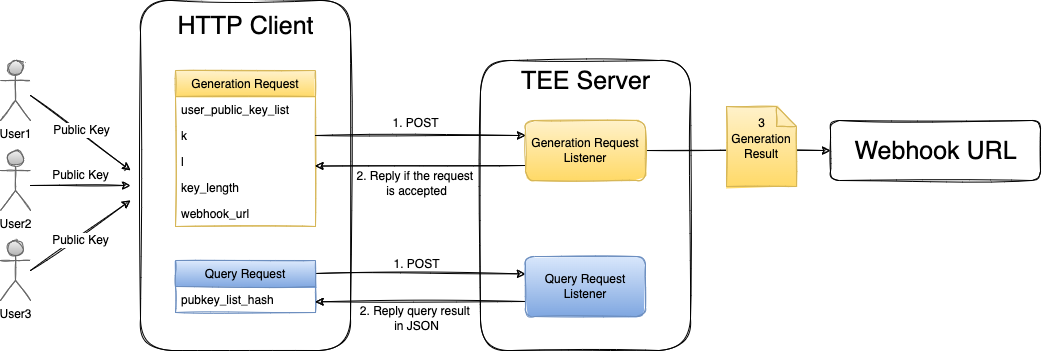
Safeheron/sgx-arweave-cpp keeps this draw.io diagram as doc/Project Structure.png. Above is the earlier version. Source tidied: cells renumbered, new cells last; positions are measured from the earlier drawing's top-left corner, leaving out a move shared by most shapes.
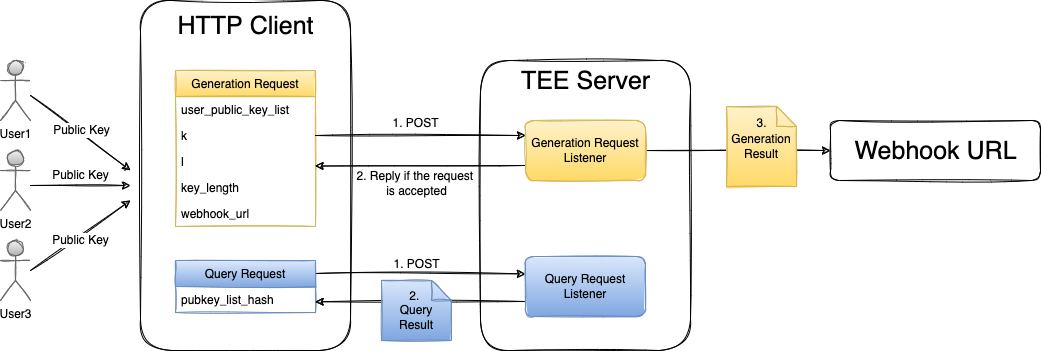
After the change.

Commit message:
Update code and comments

What changed in the source:
```diff
@@ -77,9 +77,6 @@
     <mxCell id="26" value="1. POST" style="text;html=1;align=center;verticalAlign=middle;strokeColor=none;fillColor=none;fontSize=12;sketch=1;" parent="1" vertex="1">
       <mxGeometry x="381" y="249" width="70" height="30" as="geometry" />
     </mxCell>
-    <mxCell id="27" value="2. Reply query result &lt;br&gt;in JSON" style="text;html=1;align=center;verticalAlign=middle;strokeColor=none;fillColor=none;fontSize=12;sketch=1;" parent="1" vertex="1">
-      <mxGeometry x="351" y="298" width="130" height="40" as="geometry" />
-    </mxCell>
     <mxCell id="28" style="group;sketch=1;" parent="1" vertex="1">
       <mxGeometry x="830" y="120" width="210" height="60" as="geometry" />
     </mxCell>
@@ -121,8 +118,11 @@
     <mxCell id="37" value="Public Key" style="edgeLabel;html=1;align=center;verticalAlign=middle;fontSize=12;" parent="1" vertex="1">
       <mxGeometry x="80" y="240" as="geometry" />
     </mxCell>
-    <mxCell id="38" value="3" style="text;html=1;align=center;verticalAlign=middle;strokeColor=none;fillColor=none;fontSize=12;" parent="1" vertex="1">
+    <mxCell id="38" value="3." style="text;html=1;align=center;verticalAlign=middle;strokeColor=none;fillColor=none;fontSize=12;" parent="1" vertex="1">
       <mxGeometry x="746" y="108" width="30" height="30" as="geometry" />
     </mxCell>
+    <mxCell id="39" value="2.&amp;nbsp;&lt;br&gt;Query&lt;br&gt;Result" style="shape=note;size=20;whiteSpace=wrap;html=1;fontSize=12;sketch=1;fillColor=#dae8fc;gradientColor=#7ea6e0;strokeColor=#6c8ebf;" parent="1" vertex="1">
+      <mxGeometry x="381" y="280" width="70" height="60" as="geometry" />
+    </mxCell>
   </root>
 </mxGraphModel>
```
